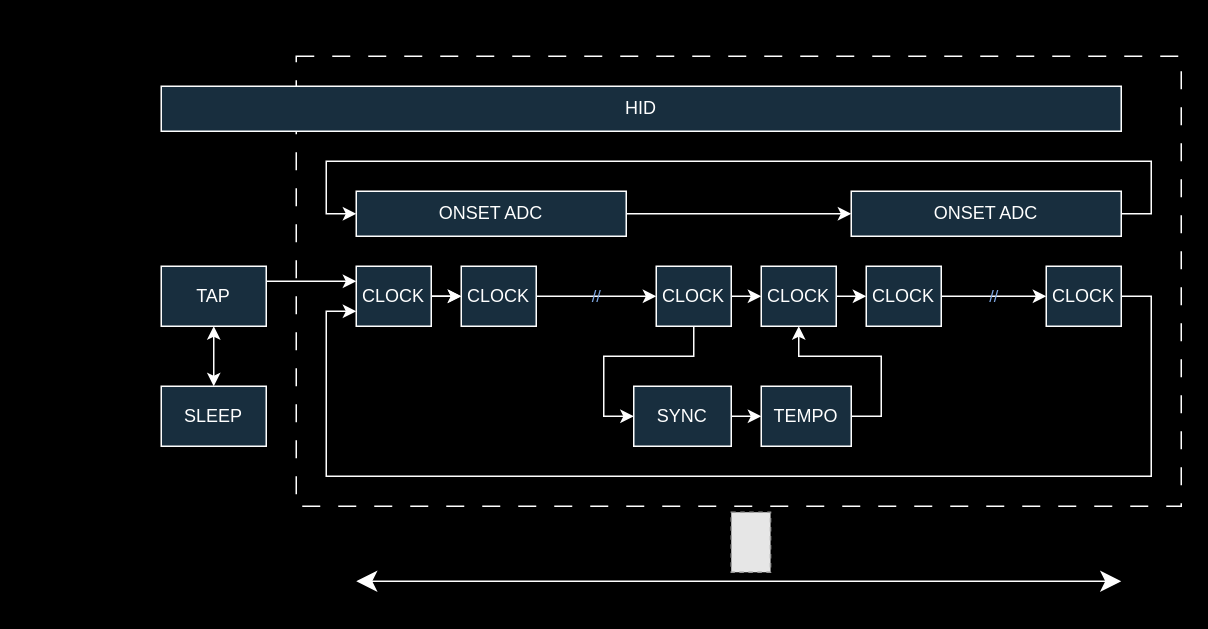
The draw.io diagram drawings/PLAY_MODE_SLIDE.drawio in carlo-monti/beat_catcher_2, before the edit. Source tidied: cells renumbered, new cells numbered last; positions are measured from the earlier drawing's top-left corner, leaving out a move shared by most shapes. Both pictures are drawn from the tidied source at 150%, with x=0, y=0 at pixel (160, 56). Pictures stored in the file or linked from it are replaced by grey dashed boxes.
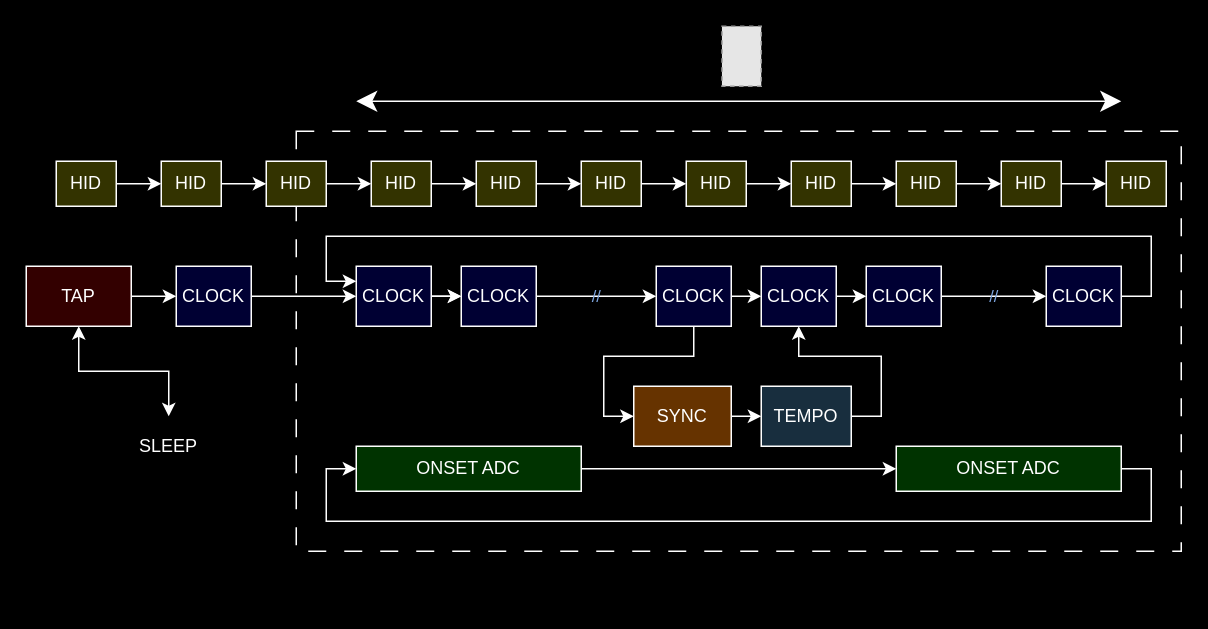
Above is the later version.

Diff of the diagram source:
```diff
@@
     <mxCell id="2" style="rounded=0;whiteSpace=wrap;html=1;fillColor=none;dashed=1;dashPattern=12 12;strokeColor=#FFFFFF;labelBackgroundColor=none;fontColor=#FFFFFF;" parent="1" vertex="1">
-      <mxGeometry x="90" width="590" height="300" as="geometry" />
+      <mxGeometry x="90" y="50" width="590" height="280" as="geometry" />
     </mxCell>
@@
-    <mxCell id="4" style="edgeStyle=orthogonalEdgeStyle;rounded=0;jettySize=auto;html=1;exitX=1;exitY=0.25;exitDx=0;exitDy=0;entryX=0;entryY=0.25;entryDx=0;entryDy=0;strokeColor=#FFFFFF;" parent="1" edge="1" source="5" target="8">
-      <mxGeometry relative="1" as="geometry" />
-    </mxCell>
+    <mxCell id="33" style="edgeStyle=orthogonalEdgeStyle;rounded=0;jettySize=auto;html=1;exitX=1;exitY=0.5;exitDx=0;exitDy=0;entryX=0;entryY=0.5;entryDx=0;entryDy=0;strokeColor=#FFFFFF;" parent="1" edge="1" source="5" target="36">
+      <mxGeometry relative="1" as="geometry" />
+    </mxCell>
-    <mxCell id="5" value="TAP" style="rounded=0;whiteSpace=wrap;html=1;labelBackgroundColor=none;fillColor=#182E3E;strokeColor=#FFFFFF;fontColor=#FFFFFF;" parent="1" vertex="1">
-      <mxGeometry y="140" width="70" height="40" as="geometry" />
+    <mxCell id="5" value="TAP" style="rounded=0;whiteSpace=wrap;html=1;labelBackgroundColor=none;fillColor=#330000;strokeColor=#FFFFFF;fontColor=#FFFFFF;" parent="1" vertex="1">
+      <mxGeometry x="-90" y="140" width="70" height="40" as="geometry" />
     </mxCell>
@@
-    <mxCell id="8" value="CLOCK" style="rounded=0;whiteSpace=wrap;html=1;strokeColor=#FFFFFF;labelBackgroundColor=none;fillColor=#182E3E;fontColor=#FFFFFF;" parent="1" vertex="1">
+    <mxCell id="8" value="CLOCK" style="rounded=0;whiteSpace=wrap;html=1;strokeColor=#FFFFFF;labelBackgroundColor=none;fillColor=#000033;fontColor=#FFFFFF;" parent="1" vertex="1">
       <mxGeometry x="130" y="140" width="50" height="40" as="geometry" />
     </mxCell>
@@
-    <mxCell id="10" value="ONSET ADC" style="rounded=0;whiteSpace=wrap;html=1;strokeColor=#FFFFFF;labelBackgroundColor=none;fillColor=#182E3E;fontColor=#FFFFFF;" parent="1" vertex="1">
-      <mxGeometry x="130" y="90" width="180" height="30" as="geometry" />
+    <mxCell id="10" value="ONSET ADC" style="rounded=0;whiteSpace=wrap;html=1;strokeColor=#FFFFFF;labelBackgroundColor=none;fillColor=#003300;fontColor=#FFFFFF;" parent="1" vertex="1">
+      <mxGeometry x="130" y="260" width="150" height="30" as="geometry" />
     </mxCell>
@@
-    <mxCell id="12" value="CLOCK" style="rounded=0;whiteSpace=wrap;html=1;strokeColor=#FFFFFF;labelBackgroundColor=none;fillColor=#182E3E;fontColor=#FFFFFF;" parent="1" vertex="1">
+    <mxCell id="12" value="CLOCK" style="rounded=0;whiteSpace=wrap;html=1;strokeColor=#FFFFFF;labelBackgroundColor=none;fillColor=#000033;fontColor=#FFFFFF;" parent="1" vertex="1">
       <mxGeometry x="200" y="140" width="50" height="40" as="geometry" />
     </mxCell>
@@
-    <mxCell id="15" value="CLOCK" style="rounded=0;whiteSpace=wrap;html=1;strokeColor=#FFFFFF;labelBackgroundColor=none;fillColor=#182E3E;fontColor=#FFFFFF;" parent="1" vertex="1">
+    <mxCell id="15" value="CLOCK" style="rounded=0;whiteSpace=wrap;html=1;strokeColor=#FFFFFF;labelBackgroundColor=none;fillColor=#000033;fontColor=#FFFFFF;" parent="1" vertex="1">
       <mxGeometry x="330" y="140" width="50" height="40" as="geometry" />
     </mxCell>
@@
-    <mxCell id="17" value="SYNC" style="rounded=0;whiteSpace=wrap;html=1;strokeColor=#FFFFFF;labelBackgroundColor=none;fillColor=#182E3E;fontColor=#FFFFFF;" parent="1" vertex="1">
+    <mxCell id="17" value="SYNC" style="rounded=0;whiteSpace=wrap;html=1;strokeColor=#FFFFFF;labelBackgroundColor=none;fillColor=#663300;fontColor=#FFFFFF;" parent="1" vertex="1">
       <mxGeometry x="315" y="220" width="65" height="40" as="geometry" />
     </mxCell>
@@
-    <mxCell id="21" value="CLOCK" style="rounded=0;whiteSpace=wrap;html=1;strokeColor=#FFFFFF;labelBackgroundColor=none;fillColor=#182E3E;fontColor=#FFFFFF;" parent="1" vertex="1">
+    <mxCell id="21" value="CLOCK" style="rounded=0;whiteSpace=wrap;html=1;strokeColor=#FFFFFF;labelBackgroundColor=none;fillColor=#000033;fontColor=#FFFFFF;" parent="1" vertex="1">
       <mxGeometry x="400" y="140" width="50" height="40" as="geometry" />
     </mxCell>
@@
-    <mxCell id="23" value="CLOCK" style="rounded=0;whiteSpace=wrap;html=1;strokeColor=#FFFFFF;labelBackgroundColor=none;fillColor=#182E3E;fontColor=#FFFFFF;" parent="1" vertex="1">
+    <mxCell id="23" value="CLOCK" style="rounded=0;whiteSpace=wrap;html=1;strokeColor=#FFFFFF;labelBackgroundColor=none;fillColor=#000033;fontColor=#FFFFFF;" parent="1" vertex="1">
       <mxGeometry x="470" y="140" width="50" height="40" as="geometry" />
     </mxCell>
-    <mxCell id="24" style="edgeStyle=orthogonalEdgeStyle;rounded=0;jettySize=auto;html=1;exitX=1;exitY=0.5;exitDx=0;exitDy=0;entryX=0;entryY=0.75;entryDx=0;entryDy=0;strokeColor=#FFFFFF;labelBackgroundColor=none;fontColor=default;" parent="1" edge="1" source="25" target="8">
+    <mxCell id="24" style="edgeStyle=orthogonalEdgeStyle;rounded=0;jettySize=auto;html=1;exitX=1;exitY=0.5;exitDx=0;exitDy=0;entryX=0;entryY=0.25;entryDx=0;entryDy=0;strokeColor=#FFFFFF;labelBackgroundColor=none;fontColor=default;" parent="1" edge="1" source="25" target="8">
       <mxGeometry relative="1" as="geometry">
         <Array as="points">
           <mxPoint x="660" y="160" />
-          <mxPoint x="660" y="280" />
-          <mxPoint x="110" y="280" />
-          <mxPoint x="110" y="170" />
+          <mxPoint x="660" y="120" />
+          <mxPoint x="110" y="120" />
+          <mxPoint x="110" y="150" />
         </Array>
       </mxGeometry>
     </mxCell>
-    <mxCell id="25" value="CLOCK" style="rounded=0;whiteSpace=wrap;html=1;strokeColor=#FFFFFF;labelBackgroundColor=none;fillColor=#182E3E;fontColor=#FFFFFF;" parent="1" vertex="1">
+    <mxCell id="25" value="CLOCK" style="rounded=0;whiteSpace=wrap;html=1;strokeColor=#FFFFFF;labelBackgroundColor=none;fillColor=#000033;fontColor=#FFFFFF;" parent="1" vertex="1">
       <mxGeometry x="590" y="140" width="50" height="40" as="geometry" />
     </mxCell>
-    <mxCell id="26" value="SLEEP" style="rounded=0;whiteSpace=wrap;html=1;strokeColor=#FFFFFF;labelBackgroundColor=none;fillColor=#182E3E;fontColor=#FFFFFF;" parent="1" vertex="1">
-      <mxGeometry y="220" width="70" height="40" as="geometry" />
+    <mxCell id="26" value="SLEEP" style="rounded=0;whiteSpace=wrap;html=1;strokeColor=none;labelBackgroundColor=none;fillColor=none;fontColor=#FFFFFF;" parent="1" vertex="1">
+      <mxGeometry x="-30" y="240" width="70" height="40" as="geometry" />
     </mxCell>
     <mxCell id="27" style="edgeStyle=orthogonalEdgeStyle;rounded=0;jettySize=auto;html=1;exitX=1;exitY=0.5;exitDx=0;exitDy=0;entryX=0;entryY=0.5;entryDx=0;entryDy=0;strokeColor=#FFFFFF;labelBackgroundColor=none;fontColor=default;" parent="1" edge="1" source="28" target="10">
       <mxGeometry relative="1" as="geometry">
         <Array as="points">
-          <mxPoint x="660" y="105" />
-          <mxPoint x="660" y="70" />
-          <mxPoint x="110" y="70" />
-          <mxPoint x="110" y="105" />
+          <mxPoint x="660" y="275" />
+          <mxPoint x="660" y="310" />
+          <mxPoint x="110" y="310" />
+          <mxPoint x="110" y="275" />
         </Array>
       </mxGeometry>
     </mxCell>
-    <mxCell id="28" value="ONSET ADC" style="rounded=0;whiteSpace=wrap;html=1;strokeColor=#FFFFFF;labelBackgroundColor=none;fillColor=#182E3E;fontColor=#FFFFFF;" parent="1" vertex="1">
-      <mxGeometry x="460" y="90" width="180" height="30" as="geometry" />
+    <mxCell id="28" value="ONSET ADC" style="rounded=0;whiteSpace=wrap;html=1;strokeColor=#FFFFFF;labelBackgroundColor=none;fillColor=#003300;fontColor=#FFFFFF;" parent="1" vertex="1">
+      <mxGeometry x="490" y="260" width="150" height="30" as="geometry" />
     </mxCell>
     <mxCell id="29" style="endArrow=classic;startArrow=classic;html=1;rounded=0;startFill=1;endFill=1;strokeWidth=1;endSize=11;targetPerimeterSpacing=0;startSize=11;strokeColor=#FFFFFF;labelBackgroundColor=none;fontColor=default;" parent="1" edge="1">
       <mxGeometry relative="1" as="geometry">
-        <mxPoint x="130" y="350" as="sourcePoint" />
-        <mxPoint x="640" y="350" as="targetPoint" />
+        <mxPoint x="130" y="30" as="sourcePoint" />
+        <mxPoint x="640" y="30" as="targetPoint" />
       </mxGeometry>
     </mxCell>
     <mxCell id="30" style="fillColor=#E6E6E6;strokeColor=#999999;dashed=1;verticalLabelPosition=bottom;labelBackgroundColor=none;verticalAlign=top;fontColor=#FFFFFF;" parent="1" vertex="1">
-      <mxGeometry x="380" y="304" width="26.2" height="40" as="geometry" />
+      <mxGeometry x="373.8" y="-20" width="26.2" height="40" as="geometry" />
     </mxCell>
@@
+    <mxCell id="34" style="edgeStyle=orthogonalEdgeStyle;rounded=0;jettySize=auto;html=1;exitX=1;exitY=0.5;exitDx=0;exitDy=0;entryX=0;entryY=0.5;entryDx=0;entryDy=0;strokeColor=#FFFFFF;" parent="1" edge="1" source="32" target="38">
+      <mxGeometry relative="1" as="geometry" />
+    </mxCell>
-    <mxCell id="32" value="HID" style="rounded=0;whiteSpace=wrap;html=1;strokeColor=#FFFFFF;labelBackgroundColor=none;fillColor=#182E3E;fontColor=#FFFFFF;" parent="1" vertex="1">
-      <mxGeometry y="20" width="640" height="30" as="geometry" />
+    <mxCell id="32" value="HID" style="rounded=0;whiteSpace=wrap;html=1;strokeColor=#FFFFFF;labelBackgroundColor=none;fillColor=#333300;fontColor=#FFFFFF;" parent="1" vertex="1">
+      <mxGeometry y="70" width="40" height="30" as="geometry" />
     </mxCell>
+    <mxCell id="35" style="edgeStyle=orthogonalEdgeStyle;rounded=0;jettySize=auto;html=1;exitX=1;exitY=0.5;exitDx=0;exitDy=0;entryX=0;entryY=0.5;entryDx=0;entryDy=0;strokeColor=#FFFFFF;" parent="1" edge="1" source="36" target="8">
+      <mxGeometry relative="1" as="geometry" />
+    </mxCell>
+    <mxCell id="36" value="CLOCK" style="rounded=0;whiteSpace=wrap;html=1;strokeColor=#FFFFFF;labelBackgroundColor=none;fillColor=#000033;fontColor=#FFFFFF;" parent="1" vertex="1">
+      <mxGeometry x="10" y="140" width="50" height="40" as="geometry" />
+    </mxCell>
+    <mxCell id="37" style="edgeStyle=orthogonalEdgeStyle;rounded=0;jettySize=auto;html=1;exitX=1;exitY=0.5;exitDx=0;exitDy=0;entryX=0;entryY=0.5;entryDx=0;entryDy=0;strokeColor=#FFFFFF;" parent="1" edge="1" source="38" target="40">
+      <mxGeometry relative="1" as="geometry" />
+    </mxCell>
+    <mxCell id="38" value="HID" style="rounded=0;whiteSpace=wrap;html=1;strokeColor=#FFFFFF;labelBackgroundColor=none;fillColor=#333300;fontColor=#FFFFFF;" parent="1" vertex="1">
+      <mxGeometry x="70" y="70" width="40" height="30" as="geometry" />
+    </mxCell>
+    <mxCell id="39" style="edgeStyle=orthogonalEdgeStyle;rounded=0;jettySize=auto;html=1;exitX=1;exitY=0.5;exitDx=0;exitDy=0;entryX=0;entryY=0.5;entryDx=0;entryDy=0;strokeColor=#FFFFFF;" parent="1" edge="1" source="40" target="42">
+      <mxGeometry relative="1" as="geometry" />
+    </mxCell>
+    <mxCell id="40" value="HID" style="rounded=0;whiteSpace=wrap;html=1;strokeColor=#FFFFFF;labelBackgroundColor=none;fillColor=#333300;fontColor=#FFFFFF;" parent="1" vertex="1">
+      <mxGeometry x="140" y="70" width="40" height="30" as="geometry" />
+    </mxCell>
+    <mxCell id="41" style="edgeStyle=orthogonalEdgeStyle;rounded=0;jettySize=auto;html=1;exitX=1;exitY=0.5;exitDx=0;exitDy=0;entryX=0;entryY=0.5;entryDx=0;entryDy=0;strokeColor=#FFFFFF;" parent="1" edge="1" source="42" target="44">
+      <mxGeometry relative="1" as="geometry" />
+    </mxCell>
+    <mxCell id="42" value="HID" style="rounded=0;whiteSpace=wrap;html=1;strokeColor=#FFFFFF;labelBackgroundColor=none;fillColor=#333300;fontColor=#FFFFFF;" parent="1" vertex="1">
+      <mxGeometry x="210" y="70" width="40" height="30" as="geometry" />
+    </mxCell>
+    <mxCell id="43" style="edgeStyle=orthogonalEdgeStyle;rounded=0;jettySize=auto;html=1;exitX=1;exitY=0.5;exitDx=0;exitDy=0;entryX=0;entryY=0.5;entryDx=0;entryDy=0;strokeColor=#FFFFFF;" parent="1" edge="1" source="44" target="46">
+      <mxGeometry relative="1" as="geometry" />
+    </mxCell>
+    <mxCell id="44" value="HID" style="rounded=0;whiteSpace=wrap;html=1;strokeColor=#FFFFFF;labelBackgroundColor=none;fillColor=#333300;fontColor=#FFFFFF;" parent="1" vertex="1">
+      <mxGeometry x="280" y="70" width="40" height="30" as="geometry" />
+    </mxCell>
+    <mxCell id="45" style="edgeStyle=orthogonalEdgeStyle;rounded=0;jettySize=auto;html=1;exitX=1;exitY=0.5;exitDx=0;exitDy=0;entryX=0;entryY=0.5;entryDx=0;entryDy=0;strokeColor=#FFFFFF;" parent="1" edge="1" source="46" target="48">
+      <mxGeometry relative="1" as="geometry" />
+    </mxCell>
+    <mxCell id="46" value="HID" style="rounded=0;whiteSpace=wrap;html=1;strokeColor=#FFFFFF;labelBackgroundColor=none;fillColor=#333300;fontColor=#FFFFFF;" parent="1" vertex="1">
+      <mxGeometry x="350" y="70" width="40" height="30" as="geometry" />
+    </mxCell>
+    <mxCell id="47" style="edgeStyle=orthogonalEdgeStyle;rounded=0;jettySize=auto;html=1;exitX=1;exitY=0.5;exitDx=0;exitDy=0;entryX=0;entryY=0.5;entryDx=0;entryDy=0;strokeColor=#FFFFFF;" parent="1" edge="1" source="48" target="50">
+      <mxGeometry relative="1" as="geometry" />
+    </mxCell>
+    <mxCell id="48" value="HID" style="rounded=0;whiteSpace=wrap;html=1;strokeColor=#FFFFFF;labelBackgroundColor=none;fillColor=#333300;fontColor=#FFFFFF;" parent="1" vertex="1">
+      <mxGeometry x="420" y="70" width="40" height="30" as="geometry" />
+    </mxCell>
+    <mxCell id="49" style="edgeStyle=orthogonalEdgeStyle;rounded=0;jettySize=auto;html=1;exitX=1;exitY=0.5;exitDx=0;exitDy=0;entryX=0;entryY=0.5;entryDx=0;entryDy=0;strokeColor=#FFFFFF;" parent="1" edge="1" source="50" target="52">
+      <mxGeometry relative="1" as="geometry" />
+    </mxCell>
+    <mxCell id="50" value="HID" style="rounded=0;whiteSpace=wrap;html=1;strokeColor=#FFFFFF;labelBackgroundColor=none;fillColor=#333300;fontColor=#FFFFFF;" parent="1" vertex="1">
+      <mxGeometry x="490" y="70" width="40" height="30" as="geometry" />
+    </mxCell>
+    <mxCell id="51" style="edgeStyle=orthogonalEdgeStyle;rounded=0;jettySize=auto;html=1;exitX=1;exitY=0.5;exitDx=0;exitDy=0;entryX=0;entryY=0.5;entryDx=0;entryDy=0;strokeColor=#FFFFFF;" parent="1" edge="1" source="52" target="53">
+      <mxGeometry relative="1" as="geometry" />
+    </mxCell>
+    <mxCell id="52" value="HID" style="rounded=0;whiteSpace=wrap;html=1;strokeColor=#FFFFFF;labelBackgroundColor=none;fillColor=#333300;fontColor=#FFFFFF;" parent="1" vertex="1">
+      <mxGeometry x="560" y="70" width="40" height="30" as="geometry" />
+    </mxCell>
+    <mxCell id="53" value="HID" style="rounded=0;whiteSpace=wrap;html=1;strokeColor=#FFFFFF;labelBackgroundColor=none;fillColor=#333300;fontColor=#FFFFFF;" parent="1" vertex="1">
+      <mxGeometry x="630" y="70" width="40" height="30" as="geometry" />
+    </mxCell>
+    <mxCell id="54" style="edgeStyle=orthogonalEdgeStyle;rounded=0;jettySize=auto;html=1;exitX=1;exitY=0.5;exitDx=0;exitDy=0;entryX=0;entryY=0.5;entryDx=0;entryDy=0;strokeColor=#FFFFFF;" parent="1" edge="1" source="55" target="32">
+      <mxGeometry relative="1" as="geometry" />
+    </mxCell>
+    <mxCell id="55" value="HID" style="rounded=0;whiteSpace=wrap;html=1;strokeColor=#FFFFFF;labelBackgroundColor=none;fillColor=#333300;fontColor=#FFFFFF;" parent="1" vertex="1">
+      <mxGeometry x="-70" y="70" width="40" height="30" as="geometry" />
+    </mxCell>
```
